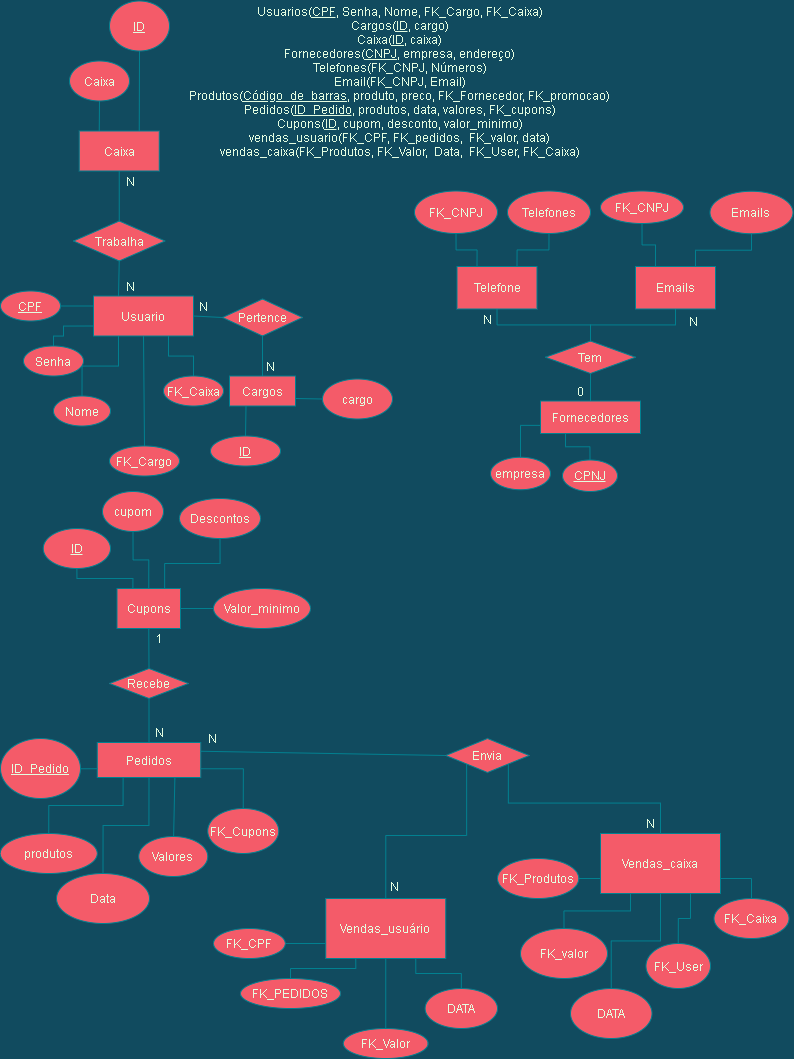
Before: Innovate Market.png, a diagram exported from draw.io (1NxT/Innovate-Market). Source tidied: cells renumbered, new cells last; positions are measured from the earlier drawing's top-left corner, leaving out a move shared by most shapes.
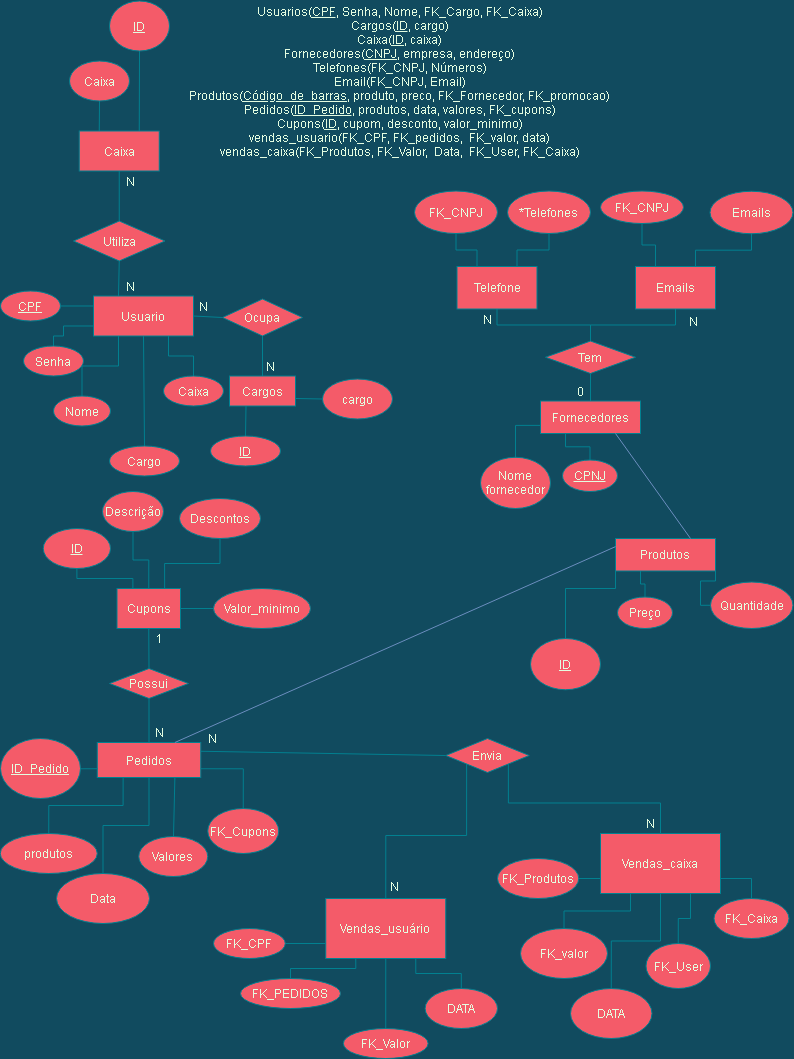
The same file after the commit.

Diff of the diagram source:
```diff
@@ -40,13 +40,13 @@
     <mxCell id="11" value="Nome" style="ellipse;whiteSpace=wrap;html=1;rounded=0;sketch=0;fillColor=#F45B69;strokeColor=#028090;fontColor=#E4FDE1;" parent="1" vertex="1">
       <mxGeometry x="53" y="395.5" width="57" height="30" as="geometry" />
     </mxCell>
-    <mxCell id="12" value="FK_Cargo" style="ellipse;whiteSpace=wrap;html=1;rounded=0;sketch=0;fillColor=#F45B69;strokeColor=#028090;fontColor=#E4FDE1;" parent="1" vertex="1">
+    <mxCell id="12" value="Cargo" style="ellipse;whiteSpace=wrap;html=1;rounded=0;sketch=0;fillColor=#F45B69;strokeColor=#028090;fontColor=#E4FDE1;" parent="1" vertex="1">
       <mxGeometry x="109" y="445.5" width="70" height="30" as="geometry" />
     </mxCell>
-    <mxCell id="13" value="FK_Caixa" style="ellipse;whiteSpace=wrap;html=1;rounded=0;sketch=0;fillColor=#F45B69;strokeColor=#028090;fontColor=#E4FDE1;" parent="1" vertex="1">
+    <mxCell id="13" value="Caixa" style="ellipse;whiteSpace=wrap;html=1;rounded=0;sketch=0;fillColor=#F45B69;strokeColor=#028090;fontColor=#E4FDE1;" parent="1" vertex="1">
       <mxGeometry x="163" y="375.5" width="60" height="30" as="geometry" />
     </mxCell>
-    <mxCell id="14" value="Pertence" style="rhombus;whiteSpace=wrap;html=1;rounded=0;sketch=0;fillColor=#F45B69;strokeColor=#028090;fontColor=#E4FDE1;" parent="1" vertex="1">
+    <mxCell id="14" value="Ocupa" style="rhombus;whiteSpace=wrap;html=1;rounded=0;sketch=0;fillColor=#F45B69;strokeColor=#028090;fontColor=#E4FDE1;" parent="1" vertex="1">
       <mxGeometry x="222" y="298.5" width="80" height="37" as="geometry" />
     </mxCell>
     <mxCell id="15" style="endArrow=none;html=1;entryX=0;entryY=0.5;entryDx=0;entryDy=0;exitX=1;exitY=0.5;exitDx=0;exitDy=0;strokeColor=#028090;fontColor=#E4FDE1;labelBackgroundColor=#114B5F;" parent="1" edge="1" source="3" target="14">
@@ -73,7 +73,7 @@
     <mxCell id="22" value="Caixa" style="rounded=0;whiteSpace=wrap;html=1;sketch=0;fillColor=#F45B69;strokeColor=#028090;fontColor=#E4FDE1;" parent="1" vertex="1">
       <mxGeometry x="78.8" y="130.5" width="80" height="40" as="geometry" />
     </mxCell>
-    <mxCell id="23" value="Trabalha" style="rhombus;whiteSpace=wrap;html=1;rounded=0;sketch=0;fillColor=#F45B69;strokeColor=#028090;fontColor=#E4FDE1;" parent="1" vertex="1">
+    <mxCell id="23" value="Utiliza" style="rhombus;whiteSpace=wrap;html=1;rounded=0;sketch=0;fillColor=#F45B69;strokeColor=#028090;fontColor=#E4FDE1;" parent="1" vertex="1">
       <mxGeometry x="73" y="220.5" width="91.5" height="40" as="geometry" />
     </mxCell>
     <mxCell id="24" style="endArrow=none;html=1;exitX=0.25;exitY=0;exitDx=0;exitDy=0;entryX=0.5;entryY=1;entryDx=0;entryDy=0;strokeColor=#028090;fontColor=#E4FDE1;labelBackgroundColor=#114B5F;" parent="1" edge="1" source="3" target="23">
@@ -105,8 +105,8 @@
     <mxCell id="32" style="endArrow=none;html=1;exitX=0.25;exitY=1;exitDx=0;exitDy=0;entryX=0.5;entryY=0;entryDx=0;entryDy=0;edgeStyle=orthogonalEdgeStyle;rounded=0;strokeColor=#028090;fontColor=#E4FDE1;labelBackgroundColor=#114B5F;" parent="1" edge="1" source="30" target="31">
       <mxGeometry relative="1" as="geometry" />
     </mxCell>
-    <mxCell id="33" value="empresa" style="ellipse;whiteSpace=wrap;html=1;rounded=0;sketch=0;fillColor=#F45B69;strokeColor=#028090;fontColor=#E4FDE1;" parent="1" vertex="1">
-      <mxGeometry x="490" y="456.8" width="60" height="32.5" as="geometry" />
+    <mxCell id="33" value="Nome fornecedor" style="ellipse;whiteSpace=wrap;html=1;rounded=0;sketch=0;fillColor=#F45B69;strokeColor=#028090;fontColor=#E4FDE1;" parent="1" vertex="1">
+      <mxGeometry x="480" y="456.8" width="70" height="51.2" as="geometry" />
     </mxCell>
     <mxCell id="34" style="endArrow=none;html=1;exitX=0.5;exitY=0;exitDx=0;exitDy=0;entryX=0;entryY=0.75;entryDx=0;entryDy=0;edgeStyle=orthogonalEdgeStyle;rounded=0;strokeColor=#028090;fontColor=#E4FDE1;labelBackgroundColor=#114B5F;" parent="1" edge="1" source="33" target="30">
       <mxGeometry relative="1" as="geometry" />
@@ -147,7 +147,7 @@
     <mxCell id="46" value="FK_CNPJ" style="ellipse;whiteSpace=wrap;html=1;rounded=0;sketch=0;fillColor=#F45B69;strokeColor=#028090;fontColor=#E4FDE1;" parent="1" vertex="1">
       <mxGeometry x="414" y="190.5" width="83" height="42.5" as="geometry" />
     </mxCell>
-    <mxCell id="47" value="Telefones" style="ellipse;whiteSpace=wrap;html=1;rounded=0;sketch=0;fillColor=#F45B69;strokeColor=#028090;fontColor=#E4FDE1;" parent="1" vertex="1">
+    <mxCell id="47" value="*Telefones" style="ellipse;whiteSpace=wrap;html=1;rounded=0;sketch=0;fillColor=#F45B69;strokeColor=#028090;fontColor=#E4FDE1;" parent="1" vertex="1">
       <mxGeometry x="507" y="190.5" width="83" height="42.5" as="geometry" />
     </mxCell>
     <mxCell id="48" style="endArrow=none;html=1;strokeColor=#028090;entryX=0.75;entryY=0;entryDx=0;entryDy=0;exitX=0.5;exitY=1;exitDx=0;exitDy=0;edgeStyle=orthogonalEdgeStyle;rounded=0;fontColor=#E4FDE1;labelBackgroundColor=#114B5F;" parent="1" edge="1" source="47" target="37">
@@ -219,7 +219,7 @@
     <mxCell id="70" style="endArrow=none;html=1;strokeColor=#028090;exitX=0.5;exitY=0;exitDx=0;exitDy=0;edgeStyle=orthogonalEdgeStyle;rounded=0;fontColor=#E4FDE1;labelBackgroundColor=#114B5F;" parent="1" edge="1" source="68" target="71">
       <mxGeometry relative="1" as="geometry" />
     </mxCell>
-    <mxCell id="71" value="cupom" style="ellipse;whiteSpace=wrap;html=1;rounded=0;sketch=0;fillColor=#F45B69;strokeColor=#028090;fontColor=#E4FDE1;" parent="1" vertex="1">
+    <mxCell id="71" value="Descrição" style="ellipse;whiteSpace=wrap;html=1;rounded=0;sketch=0;fillColor=#F45B69;strokeColor=#028090;fontColor=#E4FDE1;" parent="1" vertex="1">
       <mxGeometry x="102" y="491" width="61" height="40" as="geometry" />
     </mxCell>
     <mxCell id="72" style="endArrow=none;html=1;strokeColor=#028090;exitX=0.75;exitY=0;exitDx=0;exitDy=0;edgeStyle=orthogonalEdgeStyle;rounded=0;fontColor=#E4FDE1;labelBackgroundColor=#114B5F;" parent="1" edge="1" source="68" target="73">
@@ -234,7 +234,7 @@
     <mxCell id="75" value="Valor_minimo" style="ellipse;whiteSpace=wrap;html=1;rounded=0;sketch=0;fillColor=#F45B69;strokeColor=#028090;fontColor=#E4FDE1;" parent="1" vertex="1">
       <mxGeometry x="213" y="588" width="97" height="40" as="geometry" />
     </mxCell>
-    <mxCell id="76" value="Recebe" style="rhombus;whiteSpace=wrap;html=1;rounded=0;sketch=0;fillColor=#F45B69;strokeColor=#028090;fontColor=#E4FDE1;" parent="1" vertex="1">
+    <mxCell id="76" value="Possui" style="rhombus;whiteSpace=wrap;html=1;rounded=0;sketch=0;fillColor=#F45B69;strokeColor=#028090;fontColor=#E4FDE1;" parent="1" vertex="1">
       <mxGeometry x="109" y="668" width="79" height="30" as="geometry" />
     </mxCell>
     <mxCell id="77" style="endArrow=none;html=1;strokeColor=#028090;exitX=0.5;exitY=0;exitDx=0;exitDy=0;entryX=0.5;entryY=1;entryDx=0;entryDy=0;fontColor=#E4FDE1;labelBackgroundColor=#114B5F;" parent="1" edge="1" source="76" target="68">
@@ -330,5 +330,37 @@
     <mxCell id="107" style="endArrow=none;html=1;strokeColor=#028090;exitX=1;exitY=0.75;exitDx=0;exitDy=0;entryX=0.5;entryY=0;entryDx=0;entryDy=0;rounded=0;edgeStyle=orthogonalEdgeStyle;fontColor=#E4FDE1;labelBackgroundColor=#114B5F;" parent="1" edge="1" source="84" target="106">
       <mxGeometry relative="1" as="geometry" />
     </mxCell>
+    <mxCell id="108" value="Produtos" style="rounded=0;whiteSpace=wrap;html=1;sketch=0;fillColor=#F45B69;strokeColor=#028090;fontColor=#E4FDE1;" parent="1" vertex="1">
+      <mxGeometry x="615" y="538" width="100" height="32.5" as="geometry" />
+    </mxCell>
+    <mxCell id="109" value="Preço" style="ellipse;whiteSpace=wrap;html=1;rounded=0;sketch=0;fillColor=#F45B69;strokeColor=#028090;fontColor=#E4FDE1;" parent="1" vertex="1">
+      <mxGeometry x="617" y="596.5" width="55" height="31.5" as="geometry" />
+    </mxCell>
+    <mxCell id="110" style="endArrow=none;html=1;exitX=0.25;exitY=1;exitDx=0;exitDy=0;entryX=0.5;entryY=0;entryDx=0;entryDy=0;edgeStyle=orthogonalEdgeStyle;rounded=0;strokeColor=#028090;fontColor=#E4FDE1;labelBackgroundColor=#114B5F;" parent="1" edge="1" source="108" target="109">
+      <mxGeometry relative="1" as="geometry" />
+    </mxCell>
+    <mxCell id="111" value="&lt;u&gt;ID&lt;/u&gt;" style="ellipse;whiteSpace=wrap;html=1;rounded=0;sketch=0;fillColor=#F45B69;strokeColor=#028090;fontColor=#E4FDE1;" parent="1" vertex="1">
+      <mxGeometry x="530" y="638" width="70" height="51.2" as="geometry" />
+    </mxCell>
+    <mxCell id="112" style="endArrow=none;html=1;exitX=0.5;exitY=0;exitDx=0;exitDy=0;entryX=0;entryY=0.75;entryDx=0;entryDy=0;edgeStyle=orthogonalEdgeStyle;rounded=0;strokeColor=#028090;fontColor=#E4FDE1;labelBackgroundColor=#114B5F;" parent="1" edge="1" source="111" target="108">
+      <mxGeometry relative="1" as="geometry">
+        <Array as="points">
+          <mxPoint x="565" y="588" />
+          <mxPoint x="615" y="588" />
+        </Array>
+      </mxGeometry>
+    </mxCell>
+    <mxCell id="113" value="Quantidade" style="ellipse;whiteSpace=wrap;html=1;rounded=0;sketch=0;fillColor=#F45B69;strokeColor=#028090;fontColor=#E4FDE1;" parent="1" vertex="1">
+      <mxGeometry x="710" y="581.5" width="82.5" height="46.5" as="geometry" />
+    </mxCell>
+    <mxCell id="114" style="endArrow=none;html=1;exitX=1;exitY=1;exitDx=0;exitDy=0;entryX=0;entryY=0.5;entryDx=0;entryDy=0;edgeStyle=orthogonalEdgeStyle;rounded=0;strokeColor=#028090;fontColor=#E4FDE1;labelBackgroundColor=#114B5F;" parent="1" edge="1" source="108" target="113">
+      <mxGeometry relative="1" as="geometry" />
+    </mxCell>
+    <mxCell id="115" style="endArrow=none;html=1;entryX=0.75;entryY=0;entryDx=0;entryDy=0;exitX=0.75;exitY=1;exitDx=0;exitDy=0;fillColor=#dae8fc;strokeColor=#6c8ebf;" parent="1" edge="1" source="30" target="108">
+      <mxGeometry relative="1" as="geometry" />
+    </mxCell>
+    <mxCell id="116" style="endArrow=none;html=1;exitX=0;exitY=0.25;exitDx=0;exitDy=0;entryX=0.75;entryY=0;entryDx=0;entryDy=0;fillColor=#dae8fc;strokeColor=#6c8ebf;" parent="1" edge="1" source="108" target="56">
+      <mxGeometry relative="1" as="geometry" />
+    </mxCell>
   </root>
 </mxGraphModel>
```
